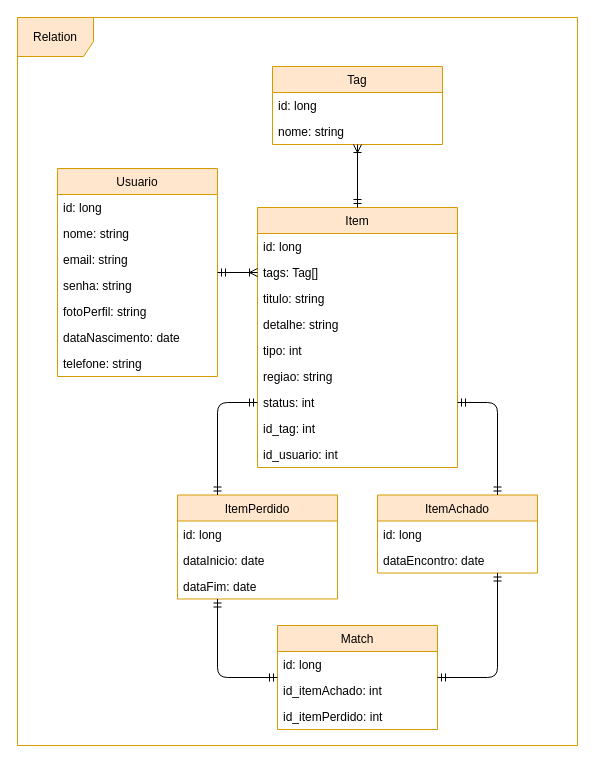
This is docs/DER.drawio from lucasgmagalhaes/Achei, a draw.io file, before an edit. Source tidied: cells renumbered, new cells numbered last; positions are measured from the earlier drawing's top-left corner, leaving out a move shared by most shapes. Both pictures are drawn from the tidied source at 100%, with x=0, y=0 at pixel (17, 17).
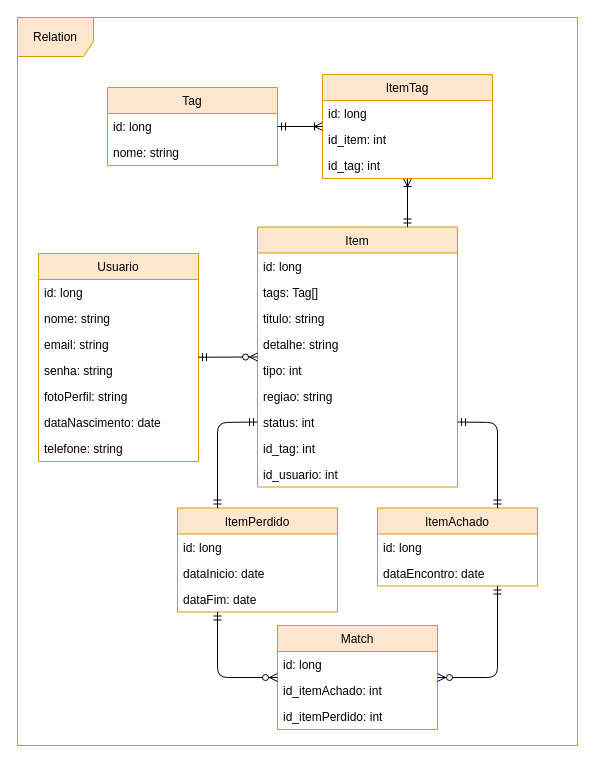
After the change.

Unchanged cells that the change refers to:
```xml
<mxCell id="34" value="Match" style="swimlane;fontStyle=0;horizontal=1;startSize=26;fillColor=#ffe6cc;strokeColor=#d79b00;" parent="1" vertex="1">
  <mxGeometry x="260" y="608" width="160" height="104" as="geometry" />
</mxCell>
```

Diff of the diagram source:
```diff
@@
+    <mxCell id="40" value="Relation" style="shape=umlFrame;whiteSpace=wrap;html=1;width=76;height=39;fillColor=#ffe6cc;strokeColor=#d79b00;swimlaneFillColor=none;" parent="1" vertex="1">
+      <mxGeometry width="560" height="728" as="geometry" />
+    </mxCell>
     <mxCell id="2" value="Item" style="swimlane;fontStyle=0;horizontal=1;startSize=26;fillColor=#ffe6cc;strokeColor=#d79b00;" parent="1" vertex="1">
-      <mxGeometry x="240" y="190" width="200" height="260" as="geometry" />
+      <mxGeometry x="240" y="209.5" width="200" height="260" as="geometry" />
     </mxCell>
@@
     <mxCell id="12" value="Tag" style="swimlane;fontStyle=0;horizontal=1;startSize=26;fillColor=#ffe6cc;strokeColor=#d79b00;" parent="1" vertex="1">
-      <mxGeometry x="255" y="49" width="170" height="78" as="geometry" />
+      <mxGeometry x="90" y="70" width="170" height="78" as="geometry" />
     </mxCell>
@@
     <mxCell id="15" value="ItemPerdido" style="swimlane;fontStyle=0;horizontal=1;startSize=26;fillColor=#ffe6cc;strokeColor=#d79b00;" parent="1" vertex="1">
-      <mxGeometry x="160" y="477.5" width="160" height="104" as="geometry" />
+      <mxGeometry x="160" y="490.5" width="160" height="104" as="geometry" />
     </mxCell>
@@
     <mxCell id="19" value="ItemAchado" style="swimlane;fontStyle=0;horizontal=1;startSize=26;fillColor=#ffe6cc;strokeColor=#d79b00;" parent="1" vertex="1">
-      <mxGeometry x="360" y="477.5" width="160" height="78" as="geometry" />
+      <mxGeometry x="360" y="490.5" width="160" height="78" as="geometry" />
     </mxCell>
@@
     <mxCell id="22" value="Usuario" style="swimlane;fontStyle=0;horizontal=1;startSize=26;fillColor=#ffe6cc;strokeColor=#d79b00;" parent="1" vertex="1">
-      <mxGeometry x="40" y="151" width="160" height="208" as="geometry" />
+      <mxGeometry x="21" y="236" width="160" height="208" as="geometry" />
     </mxCell>
@@
     <mxCell id="30" style="fontSize=12;html=1;endArrow=ERmandOne;startArrow=ERmandOne;entryX=0;entryY=0.75;entryDx=0;entryDy=0;exitX=0.25;exitY=0;exitDx=0;exitDy=0;" parent="1" edge="1" source="15" target="2">
       <mxGeometry relative="1" as="geometry">
         <Array as="points">
-          <mxPoint x="200" y="385" />
+          <mxPoint x="200" y="405" />
         </Array>
       </mxGeometry>
     </mxCell>
     <mxCell id="31" style="fontSize=12;html=1;endArrow=ERmandOne;startArrow=ERmandOne;entryX=1;entryY=0.75;entryDx=0;entryDy=0;exitX=0.75;exitY=0;exitDx=0;exitDy=0;" parent="1" edge="1" source="19" target="2">
       <mxGeometry relative="1" as="geometry">
         <Array as="points">
-          <mxPoint x="480" y="385" />
+          <mxPoint x="480" y="405" />
         </Array>
       </mxGeometry>
     </mxCell>
-    <mxCell id="32" style="fontSize=12;html=1;endArrow=ERoneToMany;startArrow=ERmandOne;entryX=0;entryY=0.25;entryDx=0;entryDy=0;" parent="1" edge="1" source="22" target="2">
-      <mxGeometry relative="1" as="geometry">
-        <Array as="points">
-          <mxPoint x="200" y="255" />
-        </Array>
-      </mxGeometry>
+    <mxCell id="32" style="fontSize=12;html=1;endArrow=ERzeroToMany;startArrow=ERmandOne;entryX=0;entryY=0.5;entryDx=0;entryDy=0;endFill=1;" parent="1" edge="1" source="22" target="2">
+      <mxGeometry relative="1" as="geometry" />
     </mxCell>
-    <mxCell id="33" style="fontSize=12;html=1;endArrow=ERoneToMany;startArrow=ERmandOne;entryX=0.5;entryY=1;entryDx=0;entryDy=0;" parent="1" edge="1" source="2" target="12">
+    <mxCell id="33" style="fontSize=12;html=1;endArrow=ERoneToMany;startArrow=ERmandOne;entryX=0.5;entryY=1;entryDx=0;entryDy=0;exitX=0.75;exitY=0;exitDx=0;exitDy=0;" parent="1" edge="1" source="2" target="41">
       <mxGeometry relative="1" as="geometry" />
     </mxCell>
@@
-    <mxCell id="38" style="fontSize=12;html=1;endArrow=ERmandOne;startArrow=ERmandOne;entryX=0.75;entryY=1;entryDx=0;entryDy=0;" parent="1" edge="1" source="34" target="19">
+    <mxCell id="38" style="fontSize=12;html=1;endArrow=ERmandOne;startArrow=ERzeroToMany;entryX=0.75;entryY=1;entryDx=0;entryDy=0;startFill=1;" parent="1" edge="1" source="34" target="19">
       <mxGeometry relative="1" as="geometry">
         <Array as="points">
           <mxPoint x="480" y="660" />
         </Array>
       </mxGeometry>
     </mxCell>
-    <mxCell id="39" style="fontSize=12;html=1;endArrow=ERmandOne;startArrow=ERmandOne;entryX=0.25;entryY=1;entryDx=0;entryDy=0;" parent="1" edge="1" source="34" target="15">
+    <mxCell id="39" style="fontSize=12;html=1;endArrow=ERmandOne;startArrow=ERzeroToMany;entryX=0.25;entryY=1;entryDx=0;entryDy=0;startFill=1;" parent="1" edge="1" source="34" target="15">
       <mxGeometry relative="1" as="geometry">
         <Array as="points">
           <mxPoint x="200" y="660" />
         </Array>
       </mxGeometry>
     </mxCell>
-    <mxCell id="40" value="Relation" style="shape=umlFrame;whiteSpace=wrap;html=1;width=76;height=39;fillColor=#ffe6cc;strokeColor=#d79b00;swimlaneFillColor=none;" parent="1" vertex="1">
-      <mxGeometry width="560" height="728" as="geometry" />
-    </mxCell>
+    <mxCell id="41" value="ItemTag" style="swimlane;fontStyle=0;horizontal=1;startSize=26;fillColor=#ffe6cc;strokeColor=#d79b00;" parent="1" vertex="1">
+      <mxGeometry x="305" y="57" width="170" height="104" as="geometry" />
+    </mxCell>
+    <mxCell id="42" value="id: long" style="text;strokeColor=none;fillColor=none;align=left;verticalAlign=top;spacingLeft=4;spacingRight=4;overflow=hidden;" parent="41" vertex="1">
+      <mxGeometry y="26" width="170" height="26" as="geometry" />
+    </mxCell>
+    <mxCell id="43" value="id_item: int" style="text;strokeColor=none;fillColor=none;align=left;verticalAlign=top;spacingLeft=4;spacingRight=4;overflow=hidden;" parent="41" vertex="1">
+      <mxGeometry y="52" width="170" height="26" as="geometry" />
+    </mxCell>
+    <mxCell id="44" value="id_tag: int" style="text;strokeColor=none;fillColor=none;align=left;verticalAlign=top;spacingLeft=4;spacingRight=4;overflow=hidden;" parent="41" vertex="1">
+      <mxGeometry y="78" width="170" height="26" as="geometry" />
+    </mxCell>
+    <mxCell id="45" style="fontSize=12;html=1;endArrow=ERoneToMany;startArrow=ERmandOne;" parent="1" edge="1" source="12" target="41">
+      <mxGeometry relative="1" as="geometry" />
+    </mxCell>
```
